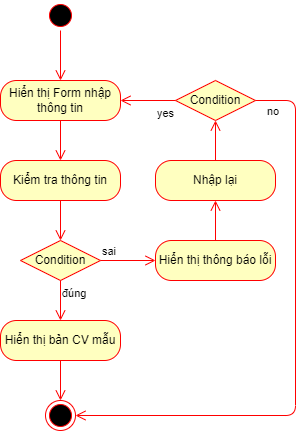
Above: DA_II/drawio/activity/create_CV.png in toroieno/HUST (draw.io), before the change. Source tidied: cells renumbered, new cells last; positions are measured from the earlier drawing's top-left corner, leaving out a move shared by most shapes.
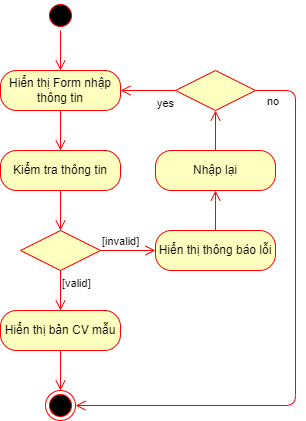
Above is the later version.

What changed in the source:
```diff
@@ -3,7 +3,7 @@
     <mxCell id="0" />
     <mxCell id="1" parent="0" />
     <mxCell id="2" style="ellipse;html=1;shape=startState;fillColor=#000000;strokeColor=#ff0000;" parent="1" vertex="1">
-      <mxGeometry x="45" width="30" height="30" as="geometry" />
+      <mxGeometry x="45" y="10" width="30" height="30" as="geometry" />
     </mxCell>
     <mxCell id="3" style="edgeStyle=orthogonalEdgeStyle;html=1;verticalAlign=bottom;endArrow=open;endSize=8;strokeColor=#ff0000;entryX=0.5;entryY=0;entryDx=0;entryDy=0;" parent="1" edge="1" source="2" target="4">
       <mxGeometry relative="1" as="geometry" />
@@ -14,13 +14,13 @@
     <mxCell id="5" style="edgeStyle=orthogonalEdgeStyle;html=1;verticalAlign=bottom;endArrow=open;endSize=8;strokeColor=#ff0000;entryX=0.5;entryY=0;entryDx=0;entryDy=0;" parent="1" edge="1" source="4" target="12">
       <mxGeometry relative="1" as="geometry" />
     </mxCell>
-    <mxCell id="6" value="Condition" style="rhombus;whiteSpace=wrap;html=1;fillColor=#ffffc0;strokeColor=#ff0000;" parent="1" vertex="1">
+    <mxCell id="6" style="rhombus;whiteSpace=wrap;html=1;fillColor=#ffffc0;strokeColor=#ff0000;" parent="1" vertex="1">
       <mxGeometry x="20" y="240" width="80" height="40" as="geometry" />
     </mxCell>
-    <mxCell id="7" value="sai" style="edgeStyle=orthogonalEdgeStyle;html=1;align=left;verticalAlign=bottom;endArrow=open;endSize=8;strokeColor=#ff0000;entryX=0;entryY=0.5;entryDx=0;entryDy=0;" parent="1" edge="1" source="6" target="14">
+    <mxCell id="7" value="[invalid]" style="edgeStyle=orthogonalEdgeStyle;html=1;align=left;verticalAlign=bottom;endArrow=open;endSize=8;strokeColor=#ff0000;entryX=0;entryY=0.5;entryDx=0;entryDy=0;" parent="1" edge="1" source="6" target="14">
       <mxGeometry x="-1" relative="1" as="geometry" />
     </mxCell>
-    <mxCell id="8" value="đúng" style="edgeStyle=orthogonalEdgeStyle;html=1;align=left;verticalAlign=top;endArrow=open;endSize=8;strokeColor=#ff0000;entryX=0.5;entryY=0;entryDx=0;entryDy=0;" parent="1" edge="1" source="6" target="10">
+    <mxCell id="8" value="[valid]" style="edgeStyle=orthogonalEdgeStyle;html=1;align=left;verticalAlign=top;endArrow=open;endSize=8;strokeColor=#ff0000;entryX=0.5;entryY=0;entryDx=0;entryDy=0;" parent="1" edge="1" source="6" target="10">
       <mxGeometry x="-1" relative="1" as="geometry" />
     </mxCell>
     <mxCell id="9" style="ellipse;html=1;shape=endState;fillColor=#000000;strokeColor=#ff0000;" parent="1" vertex="1">
@@ -44,7 +44,7 @@
     <mxCell id="15" style="edgeStyle=orthogonalEdgeStyle;html=1;verticalAlign=bottom;endArrow=open;endSize=8;strokeColor=#ff0000;entryX=0.5;entryY=1;entryDx=0;entryDy=0;" parent="1" edge="1" source="14" target="16">
       <mxGeometry relative="1" as="geometry">
         <Array as="points">
-          <mxPoint x="215" y="200" />
+          <mxPoint x="215" y="210" />
         </Array>
       </mxGeometry>
     </mxCell>
@@ -54,10 +54,10 @@
     <mxCell id="17" style="edgeStyle=orthogonalEdgeStyle;html=1;verticalAlign=bottom;endArrow=open;endSize=8;strokeColor=#ff0000;entryX=0.5;entryY=1;entryDx=0;entryDy=0;" parent="1" edge="1" source="16" target="18">
       <mxGeometry relative="1" as="geometry" />
     </mxCell>
-    <mxCell id="18" value="Condition" style="rhombus;whiteSpace=wrap;html=1;fillColor=#ffffc0;strokeColor=#ff0000;" parent="1" vertex="1">
+    <mxCell id="18" style="rhombus;whiteSpace=wrap;html=1;fillColor=#ffffc0;strokeColor=#ff0000;" parent="1" vertex="1">
       <mxGeometry x="175" y="80" width="80" height="40" as="geometry" />
     </mxCell>
-    <mxCell id="19" value="no" style="edgeStyle=orthogonalEdgeStyle;html=1;align=left;verticalAlign=bottom;endArrow=open;endSize=8;strokeColor=#ff0000;entryX=1;entryY=0.5;entryDx=0;entryDy=0;" parent="1" edge="1" source="18" target="9">
+    <mxCell id="19" value="no" style="edgeStyle=orthogonalEdgeStyle;html=1;align=left;verticalAlign=bottom;endArrow=open;endSize=8;strokeColor=#ff0000;entryX=1;entryY=0.5;entryDx=0;entryDy=0;exitX=1;exitY=0.5;exitDx=0;exitDy=0;" parent="1" edge="1" source="18" target="9">
       <mxGeometry x="-0.97" y="-20" relative="1" as="geometry">
         <Array as="points">
           <mxPoint x="295" y="100" />
```
